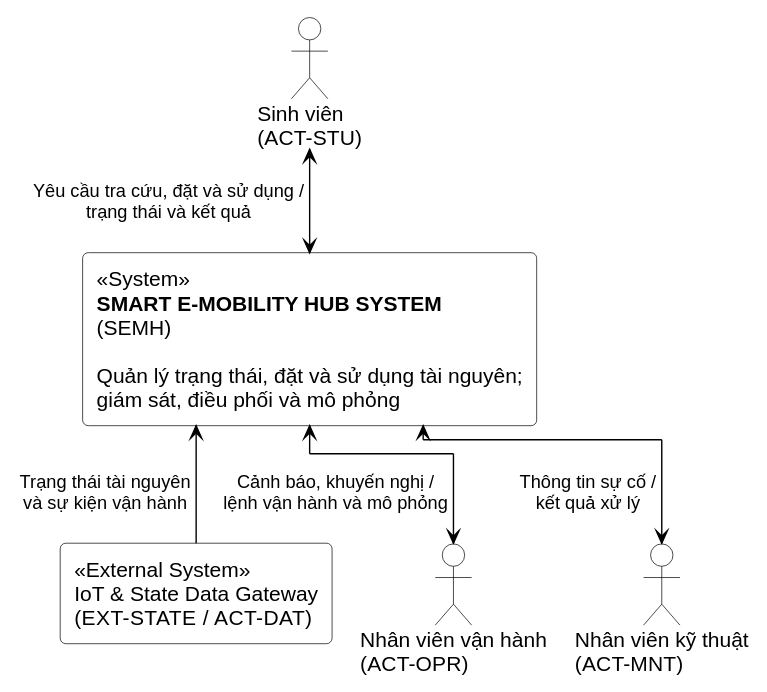
Above: docs/phase-1/diagrams/plantuml/output/system-context.svg in tranbaoanh21/software-engineering-assignment (PlantUML), before the change.
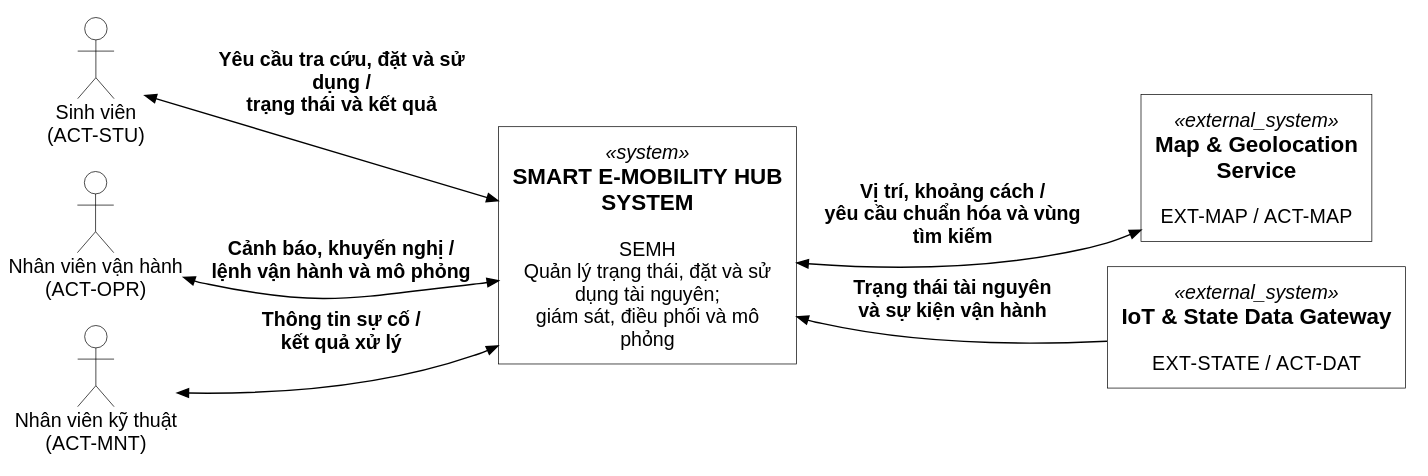
Later version of the same file.

Diff of the diagram source:
```diff
@@ -1,15 +1,14 @@
 @startuml
-!pragma layout elk
-left to right direction
+!include <C4/C4_Context>
+
+LAYOUT_LANDSCAPE()
 
 skinparam backgroundColor white
 skinparam shadowing false
 skinparam defaultFontName Arial
-skinparam defaultFontSize 15
-skinparam ArrowColor black
-skinparam ArrowFontColor black
-skinparam ArrowFontSize 13
+skinparam defaultFontSize 14
 skinparam linetype ortho
+skinparam actorStyle stickman
 
 skinparam actor {
   BackgroundColor white
@@ -17,23 +16,30 @@
   FontColor black
 }
 
-skinparam rectangle {
-  BackgroundColor white
-  BorderColor black
-  FontColor black
-  RoundCorner 8
-}
+UpdateElementStyle("person", $bgColor="white", $fontColor="black", $borderColor="black")
+UpdateElementStyle("system", $bgColor="white", $fontColor="black", $borderColor="black")
+UpdateElementStyle("external_system", $bgColor="white", $fontColor="black", $borderColor="black")
+UpdateRelStyle("relationship", $textColor="black", $lineColor="black")
 
 actor "Sinh viên\n(ACT-STU)" as ACT_STU
 actor "Nhân viên vận hành\n(ACT-OPR)" as ACT_OPR
 actor "Nhân viên kỹ thuật\n(ACT-MNT)" as ACT_MNT
 
-rectangle "<<System>>\n**SMART E-MOBILITY HUB SYSTEM**\n(SEMH)\n\nQuản lý trạng thái, đặt và sử dụng tài nguyên;\ngiám sát, điều phối và mô phỏng" as SEMH
+System(SEMH, "SMART E-MOBILITY HUB SYSTEM", "SEMH\nQuản lý trạng thái, đặt và sử dụng tài nguyên;\ngiám sát, điều phối và mô phỏng")
 
-rectangle "<<External System>>\nIoT & State Data Gateway\n(EXT-STATE / ACT-DAT)" as EXT_STATE
+System_Ext(EXT_MAP, "Map & Geolocation Service", "EXT-MAP / ACT-MAP")
+System_Ext(EXT_STATE, "IoT & State Data Gateway", "EXT-STATE / ACT-DAT")
 
-ACT_STU <-right-> SEMH : Yêu cầu tra cứu, đặt và sử dụng /\ntrạng thái và kết quả
-SEMH <-right-> ACT_OPR : Cảnh báo, khuyến nghị /\nlệnh vận hành và mô phỏng
-SEMH <-right-> ACT_MNT : Thông tin sự cố /\nkết quả xử lý
-EXT_STATE -up-> SEMH : Trạng thái tài nguyên\nvà sự kiện vận hành
+Lay_D(ACT_STU, ACT_OPR)
+Lay_D(ACT_OPR, ACT_MNT)
+Lay_R(ACT_OPR, SEMH)
+Lay_D(EXT_MAP, EXT_STATE)
+Lay_R(SEMH, EXT_MAP)
+
+BiRel_R(ACT_STU, SEMH, "Yêu cầu tra cứu, đặt và sử dụng /\ntrạng thái và kết quả")
+BiRel_R(ACT_OPR, SEMH, "Cảnh báo, khuyến nghị /\nlệnh vận hành và mô phỏng")
+BiRel_R(ACT_MNT, SEMH, "Thông tin sự cố /\nkết quả xử lý")
+
+BiRel_R(SEMH, EXT_MAP, "Vị trí, khoảng cách /\nyêu cầu chuẩn hóa và vùng tìm kiếm")
+Rel_L(EXT_STATE, SEMH, "Trạng thái tài nguyên\nvà sự kiện vận hành")
 @enduml
```
